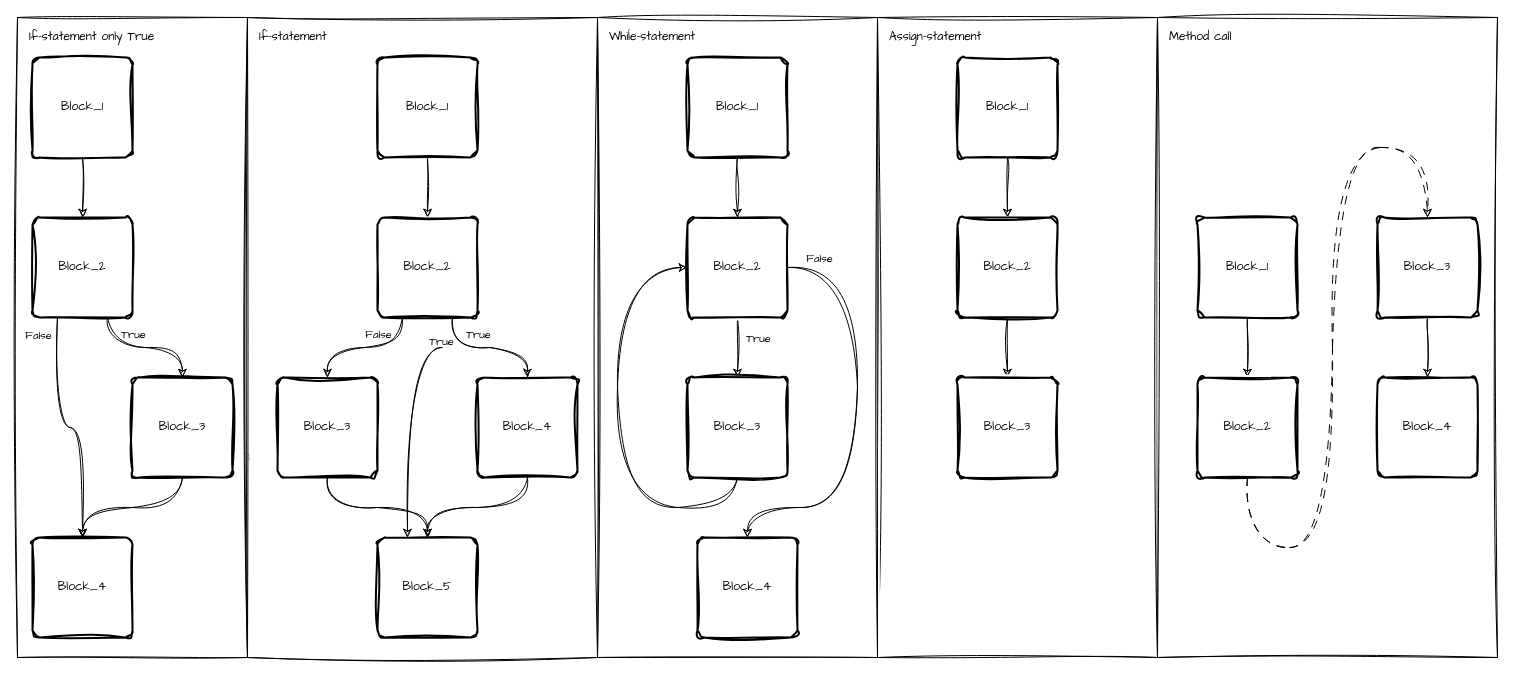
Before: dv1655_block_diagrams.drawio in AlexanderJarnstrom/dv1655_assignment, a draw.io diagram. Source tidied: cells renumbered, new cells numbered last; positions are measured from the earlier drawing's top-left corner, leaving out a move shared by most shapes. Both pictures are drawn from the tidied source at 100%, with x=0, y=0 at pixel (17, 17).
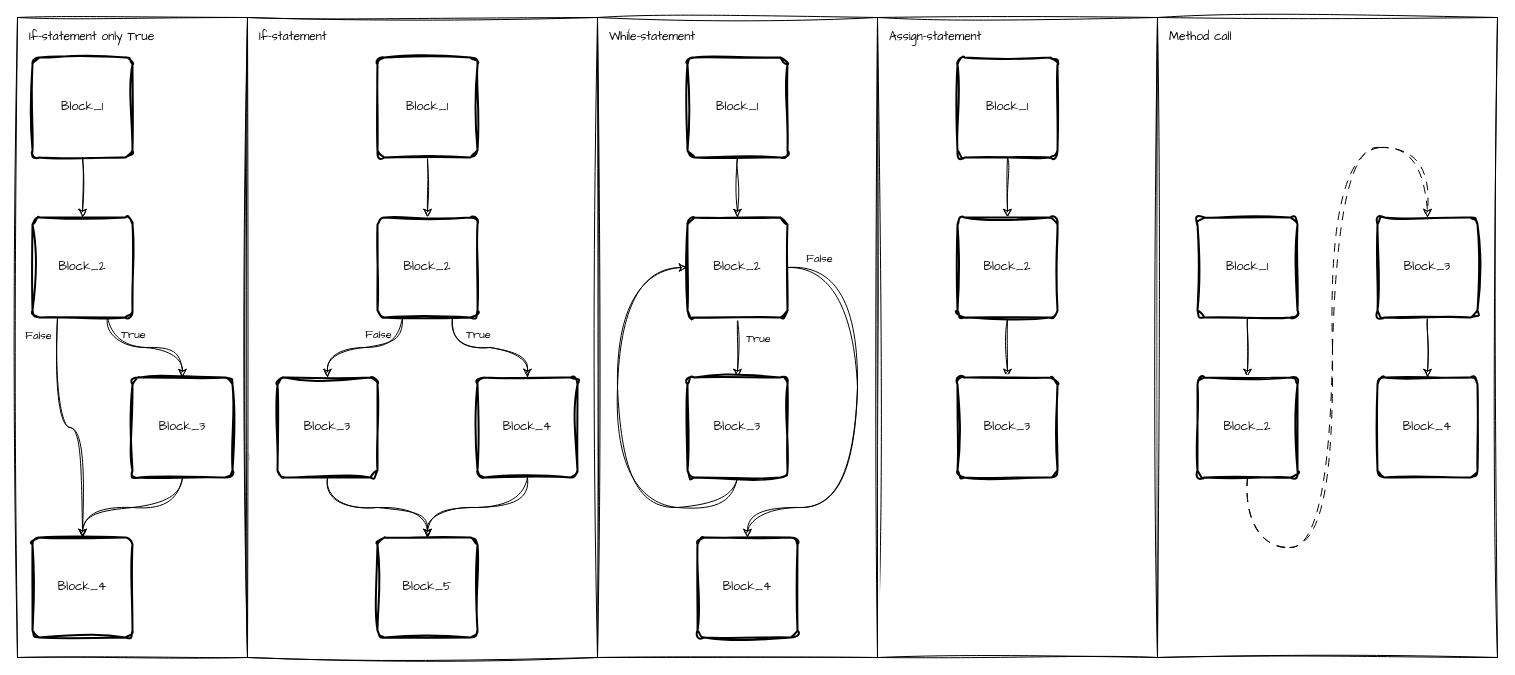
After the change.

The edit, as a diff of the source:
```diff
@@
-    <mxCell id="35" style="endArrow=classic;html=1;rounded=0;hachureGap=4;fontFamily=Architects Daughter;exitX=0.75;exitY=1;exitDx=0;exitDy=0;entryX=0.5;entryY=0;entryDx=0;entryDy=0;edgeStyle=orthogonalEdgeStyle;curved=1;sketch=1;curveFitting=1;jiggle=2;labelBackgroundColor=none;fontColor=default;" parent="1" edge="1">
-      <mxGeometry relative="1" as="geometry">
-        <mxPoint x="424.5" y="330" as="sourcePoint" />
-        <mxPoint x="390" y="520" as="targetPoint" />
-      </mxGeometry>
-    </mxCell>
-    <mxCell id="36" value="True" style="edgeLabel;html=1;align=center;verticalAlign=middle;hachureGap=4;fontFamily=Architects Daughter;sketch=1;curveFitting=1;jiggle=2;labelBackgroundColor=none;" parent="35" vertex="1">
-      <mxGeometry x="-0.86" relative="1" as="geometry">
-        <mxPoint x="15" y="-7" as="offset" />
-      </mxGeometry>
-    </mxCell>
```
